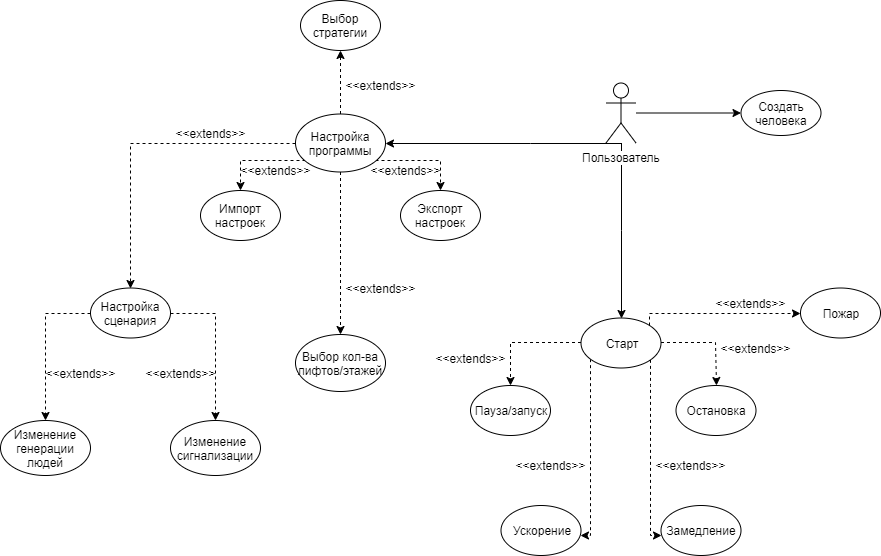
twad3n/Elevators keeps this draw.io diagram as Use case.png. Above is the earlier version. Source tidied: cells renumbered, new cells last; positions are measured from the earlier drawing's top-left corner, leaving out a move shared by most shapes.
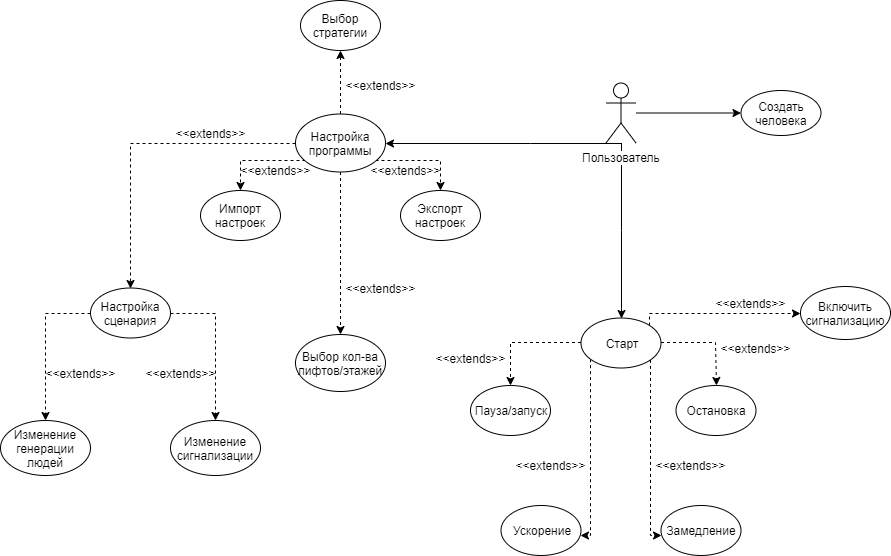
After the commit.

The edit, as a diff of the source:
```diff
@@ -119,8 +119,8 @@
     <mxCell id="27" value="&amp;lt;&amp;lt;extends&amp;gt;&amp;gt;" style="text;html=1;strokeColor=none;fillColor=none;align=center;verticalAlign=middle;whiteSpace=wrap;rounded=0;direction=west;" parent="1" vertex="1">
       <mxGeometry x="670" y="455" width="40" height="20" as="geometry" />
     </mxCell>
-    <mxCell id="28" value="Пожар" style="ellipse;whiteSpace=wrap;html=1;" parent="1" vertex="1">
-      <mxGeometry x="800" y="287.5" width="80" height="50" as="geometry" />
+    <mxCell id="28" value="Включить сигнализацию" style="ellipse;whiteSpace=wrap;html=1;" parent="1" vertex="1">
+      <mxGeometry x="800" y="286" width="90" height="53" as="geometry" />
     </mxCell>
     <mxCell id="29" value="&amp;lt;&amp;lt;extends&amp;gt;&amp;gt;" style="text;html=1;strokeColor=none;fillColor=none;align=center;verticalAlign=middle;whiteSpace=wrap;rounded=0;" parent="1" vertex="1">
       <mxGeometry x="730" y="292.5" width="40" height="20" as="geometry" />
```
